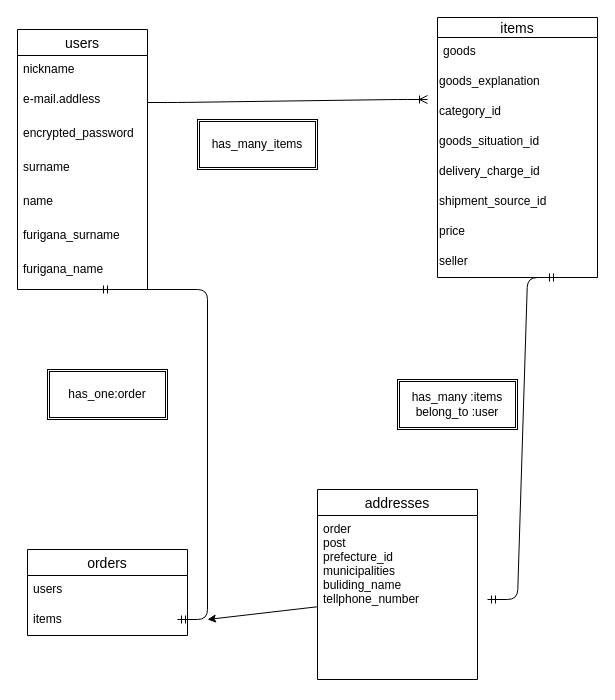
Before: ER.dio in 62111341a/furima-37143, a draw.io diagram. Source tidied: cells renumbered, new cells numbered last; positions are measured from the earlier drawing's top-left corner, leaving out a move shared by most shapes. Both pictures are drawn from the tidied source at 100%, with x=0, y=0 at pixel (17, 17).
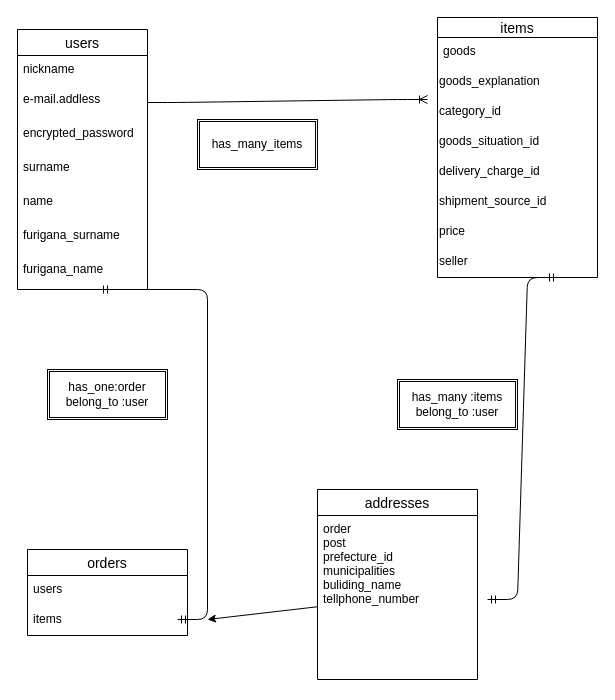
The same diagram, later.

The edit, as a diff of the source:
```diff
@@
-    <mxCell id="22" value="has_one:order" style="shape=ext;double=1;rounded=0;whiteSpace=wrap;html=1;" parent="1" vertex="1">
+    <mxCell id="22" value="has_one:order&lt;br&gt;belong_to :user" style="shape=ext;double=1;rounded=0;whiteSpace=wrap;html=1;" parent="1" vertex="1">
       <mxGeometry x="30" y="352" width="120" height="50" as="geometry" />
     </mxCell>
```
